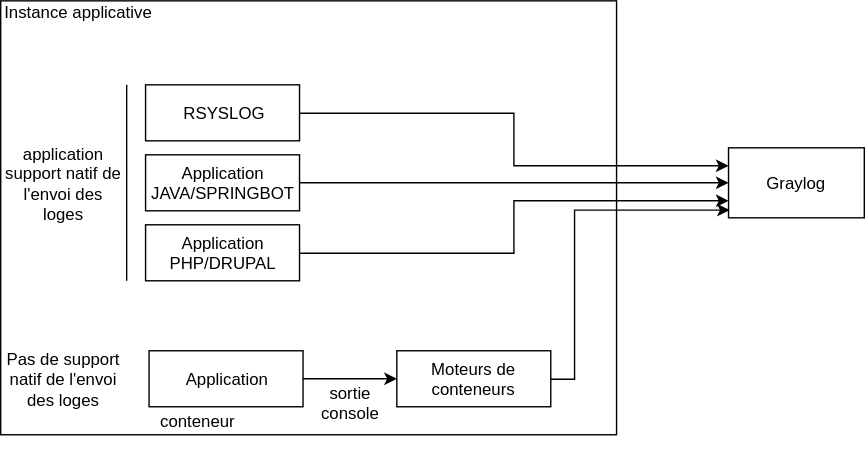
Above: Docs/instance-applicative.svg in 139bercy/cloud-appliance-observability (draw.io), before the change. Source tidied: cells renumbered, new cells last; positions are measured from the earlier drawing's top-left corner, leaving out a move shared by most shapes. Source of this version:
```xml
<mxGraphModel>
  <root>
    <mxCell id="0" />
    <mxCell id="1" parent="0" />
    <mxCell id="2" value="Instance applicative&lt;br&gt;&lt;br&gt;&lt;br&gt;&lt;br&gt;&lt;br&gt;&lt;br&gt;&lt;br&gt;&lt;br&gt;&lt;br&gt;&lt;br&gt;&lt;br&gt;&lt;br&gt;&lt;br&gt;&lt;br&gt;&lt;br&gt;&lt;br&gt;&lt;br&gt;&lt;br&gt;&lt;br&gt;&lt;br&gt;&lt;br&gt;&lt;br&gt;" style="rounded=0;whiteSpace=wrap;html=1;align=left;" parent="1" vertex="1">
      <mxGeometry width="440" height="310" as="geometry" />
    </mxCell>
    <mxCell id="3" value="Graylog" style="rounded=0;whiteSpace=wrap;html=1;" parent="1" vertex="1">
      <mxGeometry x="520" y="105" width="97" height="50" as="geometry" />
    </mxCell>
    <mxCell id="4" style="edgeStyle=orthogonalEdgeStyle;rounded=0;jettySize=auto;html=1;entryX=0.008;entryY=0.892;entryDx=0;entryDy=0;entryPerimeter=0;" parent="1" edge="1" source="5" target="3">
      <mxGeometry relative="1" as="geometry">
        <Array as="points">
          <mxPoint x="410" y="270" />
          <mxPoint x="410" y="150" />
        </Array>
      </mxGeometry>
    </mxCell>
    <mxCell id="5" value="Moteurs de conteneurs" style="rounded=0;whiteSpace=wrap;html=1;" parent="1" vertex="1">
      <mxGeometry x="283" y="250" width="110" height="40" as="geometry" />
    </mxCell>
    <mxCell id="6" style="edgeStyle=orthogonalEdgeStyle;rounded=0;jettySize=auto;html=1;" parent="1" edge="1" source="7" target="5">
      <mxGeometry relative="1" as="geometry" />
    </mxCell>
    <mxCell id="7" value="Application" style="rounded=0;whiteSpace=wrap;html=1;" parent="1" vertex="1">
      <mxGeometry x="106" y="250" width="110" height="40" as="geometry" />
    </mxCell>
    <mxCell id="8" style="edgeStyle=orthogonalEdgeStyle;rounded=0;jettySize=auto;html=1;entryX=0;entryY=0.75;entryDx=0;entryDy=0;" parent="1" edge="1" source="9" target="3">
      <mxGeometry relative="1" as="geometry" />
    </mxCell>
    <mxCell id="9" value="Application PHP/DRUPAL" style="rounded=0;whiteSpace=wrap;html=1;" parent="1" vertex="1">
      <mxGeometry x="103.5" y="160" width="110" height="40" as="geometry" />
    </mxCell>
    <mxCell id="10" style="edgeStyle=orthogonalEdgeStyle;rounded=0;jettySize=auto;html=1;" parent="1" edge="1" source="11" target="3">
      <mxGeometry relative="1" as="geometry" />
    </mxCell>
    <mxCell id="11" value="Application JAVA/SPRINGBOT" style="rounded=0;whiteSpace=wrap;html=1;" parent="1" vertex="1">
      <mxGeometry x="103.5" y="110" width="110" height="40" as="geometry" />
    </mxCell>
    <mxCell id="12" style="edgeStyle=orthogonalEdgeStyle;rounded=0;jettySize=auto;html=1;entryX=0;entryY=0.25;entryDx=0;entryDy=0;" parent="1" edge="1" source="13" target="3">
      <mxGeometry relative="1" as="geometry" />
    </mxCell>
    <mxCell id="13" value="RSYSLOG" style="rounded=0;whiteSpace=wrap;html=1;" parent="1" vertex="1">
      <mxGeometry x="103.5" y="60" width="110" height="40" as="geometry" />
    </mxCell>
    <mxCell id="14" value="application support natif de l'envoi des loges" style="text;html=1;strokeColor=none;fillColor=none;align=center;verticalAlign=middle;whiteSpace=wrap;rounded=0;" parent="1" vertex="1">
      <mxGeometry y="70" width="90" height="120" as="geometry" />
    </mxCell>
    <mxCell id="15" style="endArrow=none;html=1;" parent="1" edge="1">
      <mxGeometry relative="1" as="geometry">
        <mxPoint x="90" y="200" as="sourcePoint" />
        <mxPoint x="90" y="60" as="targetPoint" />
      </mxGeometry>
    </mxCell>
    <mxCell id="16" value="Pas de support natif de l'envoi des loges" style="text;html=1;strokeColor=none;fillColor=none;align=center;verticalAlign=middle;whiteSpace=wrap;rounded=0;" parent="1" vertex="1">
      <mxGeometry y="210" width="90" height="120" as="geometry" />
    </mxCell>
    <mxCell id="17" value="sortie console" style="text;html=1;strokeColor=none;fillColor=none;align=center;verticalAlign=middle;whiteSpace=wrap;rounded=0;" parent="1" vertex="1">
      <mxGeometry x="229.5" y="277" width="40" height="20" as="geometry" />
    </mxCell>
    <mxCell id="18" value="conteneur" style="text;html=1;strokeColor=none;fillColor=none;align=center;verticalAlign=middle;whiteSpace=wrap;rounded=0;" parent="1" vertex="1">
      <mxGeometry x="121" y="290" width="40" height="20" as="geometry" />
    </mxCell>
  </root>
</mxGraphModel>
```
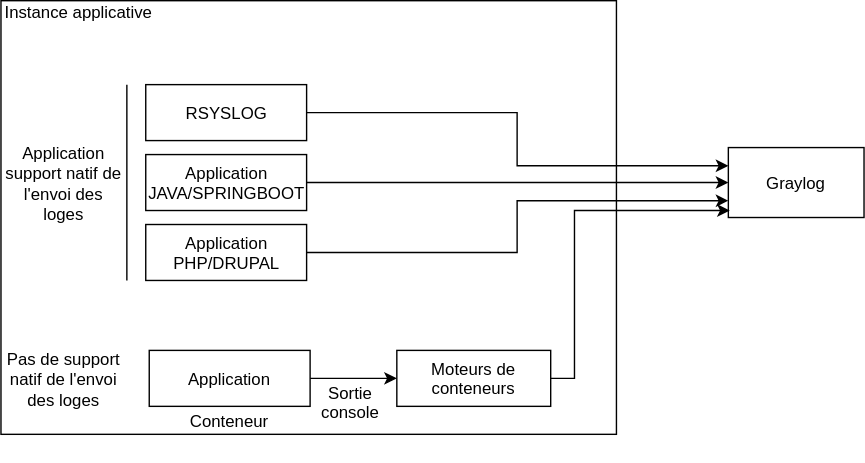
Later version of the same file.

What changed in the source:
```diff
@@ -23,27 +23,27 @@
       <mxGeometry relative="1" as="geometry" />
     </mxCell>
     <mxCell id="7" value="Application" style="rounded=0;whiteSpace=wrap;html=1;" parent="1" vertex="1">
-      <mxGeometry x="106" y="250" width="110" height="40" as="geometry" />
+      <mxGeometry x="106" y="250" width="115" height="40" as="geometry" />
     </mxCell>
     <mxCell id="8" style="edgeStyle=orthogonalEdgeStyle;rounded=0;jettySize=auto;html=1;entryX=0;entryY=0.75;entryDx=0;entryDy=0;" parent="1" edge="1" source="9" target="3">
       <mxGeometry relative="1" as="geometry" />
     </mxCell>
     <mxCell id="9" value="Application PHP/DRUPAL" style="rounded=0;whiteSpace=wrap;html=1;" parent="1" vertex="1">
-      <mxGeometry x="103.5" y="160" width="110" height="40" as="geometry" />
+      <mxGeometry x="103.5" y="160" width="115" height="40" as="geometry" />
     </mxCell>
     <mxCell id="10" style="edgeStyle=orthogonalEdgeStyle;rounded=0;jettySize=auto;html=1;" parent="1" edge="1" source="11" target="3">
       <mxGeometry relative="1" as="geometry" />
     </mxCell>
-    <mxCell id="11" value="Application JAVA/SPRINGBOT" style="rounded=0;whiteSpace=wrap;html=1;" parent="1" vertex="1">
-      <mxGeometry x="103.5" y="110" width="110" height="40" as="geometry" />
+    <mxCell id="11" value="Application JAVA/SPRINGBOOT" style="rounded=0;whiteSpace=wrap;html=1;" parent="1" vertex="1">
+      <mxGeometry x="103.5" y="110" width="115" height="40" as="geometry" />
     </mxCell>
     <mxCell id="12" style="edgeStyle=orthogonalEdgeStyle;rounded=0;jettySize=auto;html=1;entryX=0;entryY=0.25;entryDx=0;entryDy=0;" parent="1" edge="1" source="13" target="3">
       <mxGeometry relative="1" as="geometry" />
     </mxCell>
     <mxCell id="13" value="RSYSLOG" style="rounded=0;whiteSpace=wrap;html=1;" parent="1" vertex="1">
-      <mxGeometry x="103.5" y="60" width="110" height="40" as="geometry" />
+      <mxGeometry x="103.5" y="60" width="115" height="40" as="geometry" />
     </mxCell>
-    <mxCell id="14" value="application support natif de l'envoi des loges" style="text;html=1;strokeColor=none;fillColor=none;align=center;verticalAlign=middle;whiteSpace=wrap;rounded=0;" parent="1" vertex="1">
+    <mxCell id="14" value="Application support natif de l'envoi des loges" style="text;html=1;strokeColor=none;fillColor=none;align=center;verticalAlign=middle;whiteSpace=wrap;rounded=0;" parent="1" vertex="1">
       <mxGeometry y="70" width="90" height="120" as="geometry" />
     </mxCell>
     <mxCell id="15" style="endArrow=none;html=1;" parent="1" edge="1">
@@ -55,11 +55,11 @@
     <mxCell id="16" value="Pas de support natif de l'envoi des loges" style="text;html=1;strokeColor=none;fillColor=none;align=center;verticalAlign=middle;whiteSpace=wrap;rounded=0;" parent="1" vertex="1">
       <mxGeometry y="210" width="90" height="120" as="geometry" />
     </mxCell>
-    <mxCell id="17" value="sortie console" style="text;html=1;strokeColor=none;fillColor=none;align=center;verticalAlign=middle;whiteSpace=wrap;rounded=0;" parent="1" vertex="1">
+    <mxCell id="17" value="Sortie console" style="text;html=1;strokeColor=none;fillColor=none;align=center;verticalAlign=middle;whiteSpace=wrap;rounded=0;" parent="1" vertex="1">
       <mxGeometry x="229.5" y="277" width="40" height="20" as="geometry" />
     </mxCell>
-    <mxCell id="18" value="conteneur" style="text;html=1;strokeColor=none;fillColor=none;align=center;verticalAlign=middle;whiteSpace=wrap;rounded=0;" parent="1" vertex="1">
-      <mxGeometry x="121" y="290" width="40" height="20" as="geometry" />
+    <mxCell id="18" value="Conteneur" style="text;html=1;strokeColor=none;fillColor=none;align=center;verticalAlign=middle;whiteSpace=wrap;rounded=0;" parent="1" vertex="1">
+      <mxGeometry x="143.5" y="290" width="40" height="20" as="geometry" />
     </mxCell>
   </root>
 </mxGraphModel>
```
